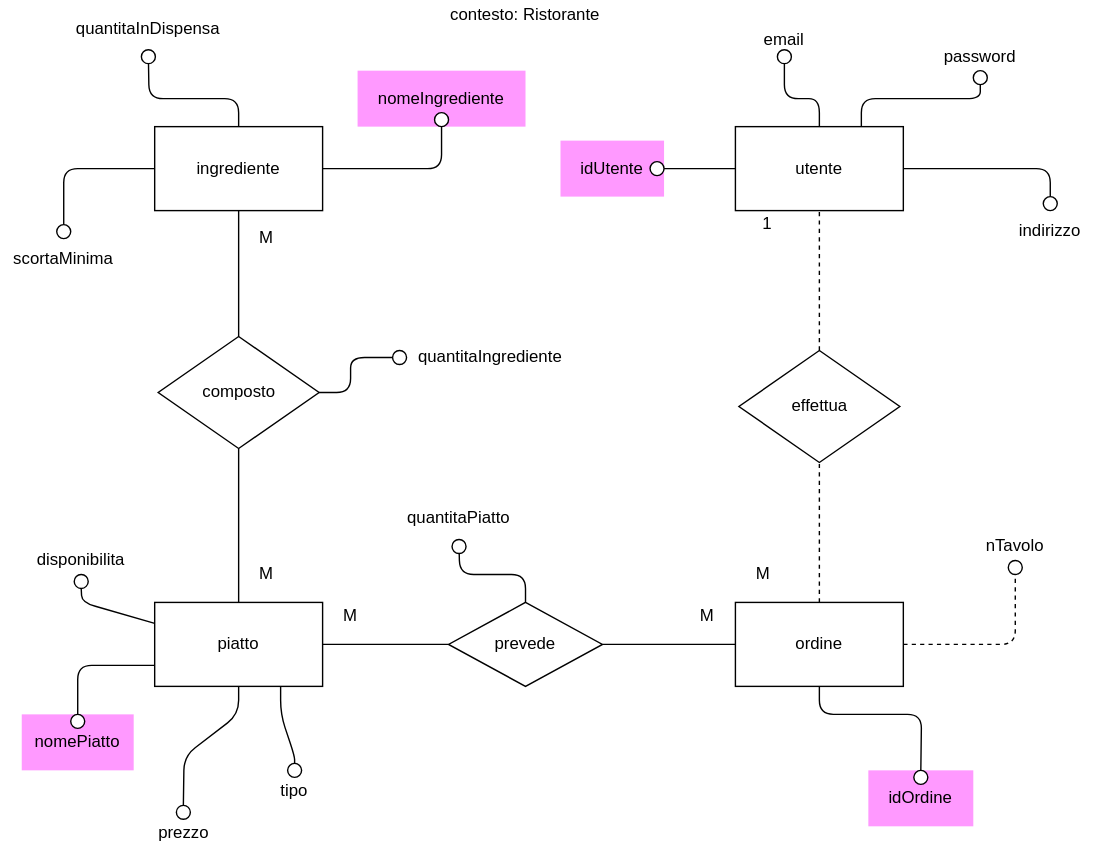
Before: E-R_diagram.svg, a diagram exported from draw.io (Santeenee/ExamProject). Source tidied: cells renumbered, new cells last; positions are measured from the earlier drawing's top-left corner, leaving out a move shared by most shapes.
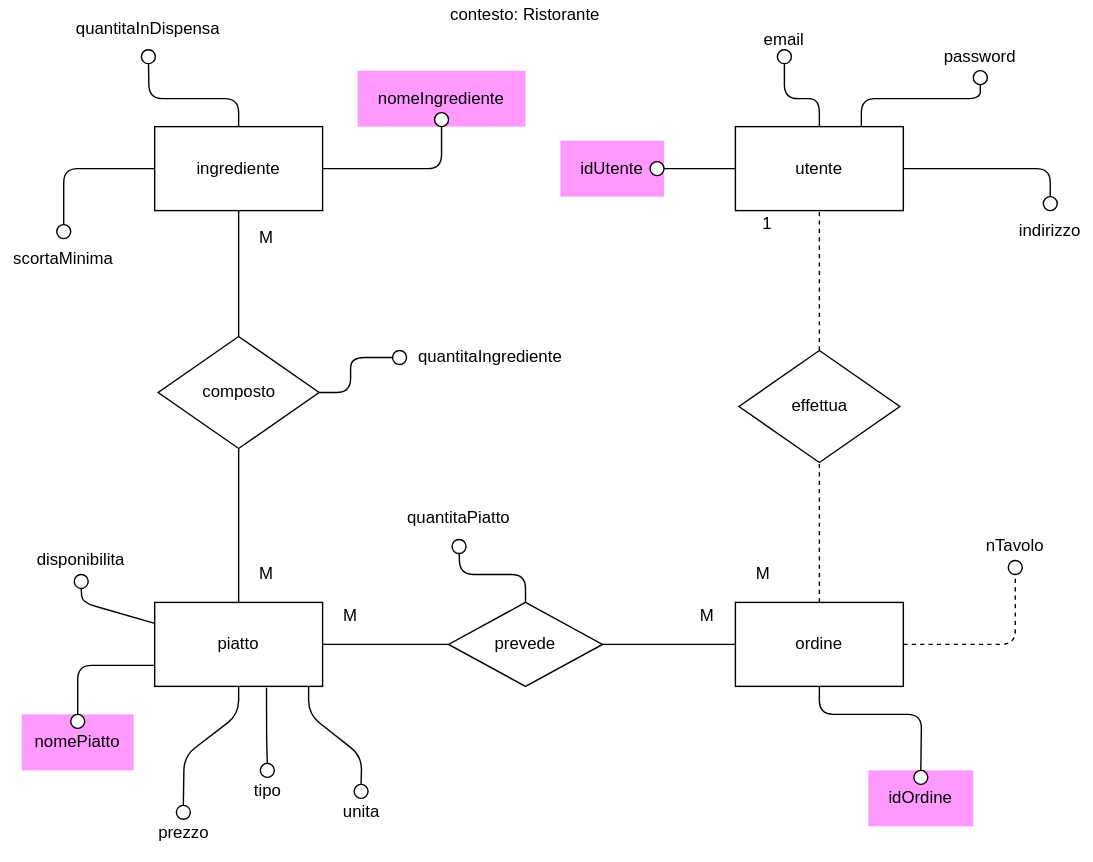
After the change.

Change to the diagram source:
```diff
@@ -235,16 +235,15 @@
       <mxGeometry x="464" y="115" width="10" height="10" as="geometry" />
     </mxCell>
     <mxCell id="61" value="tipo" style="text;html=1;strokeColor=none;fillColor=none;align=center;verticalAlign=middle;whiteSpace=wrap;rounded=0;" parent="1" vertex="1">
-      <mxGeometry x="180" y="545" width="60" height="40" as="geometry" />
+      <mxGeometry x="160.5" y="545" width="60" height="40" as="geometry" />
     </mxCell>
     <mxCell id="62" style="ellipse;whiteSpace=wrap;html=1;fillColor=#FFFFFF;" parent="1" vertex="1">
-      <mxGeometry x="205" y="545" width="10" height="10" as="geometry" />
+      <mxGeometry x="185.5" y="545" width="10" height="10" as="geometry" />
     </mxCell>
-    <mxCell id="63" style="endArrow=none;html=1;exitX=0.75;exitY=1;exitDx=0;exitDy=0;entryX=0.5;entryY=0;entryDx=0;entryDy=0;" parent="1" edge="1" source="3" target="61">
+    <mxCell id="63" style="endArrow=none;html=1;exitX=0.666;exitY=1.015;exitDx=0;exitDy=0;entryX=0.5;entryY=0;entryDx=0;entryDy=0;exitPerimeter=0;" parent="1" edge="1" source="3" target="61">
       <mxGeometry relative="1" as="geometry">
         <Array as="points">
-          <mxPoint x="200" y="510" />
-          <mxPoint x="210" y="540" />
+          <mxPoint x="190" y="530" />
         </Array>
       </mxGeometry>
     </mxCell>
@@ -261,5 +260,20 @@
         </Array>
       </mxGeometry>
     </mxCell>
+    <mxCell id="67" value="unita" style="text;html=1;strokeColor=none;fillColor=none;align=center;verticalAlign=middle;whiteSpace=wrap;rounded=0;" parent="1" vertex="1">
+      <mxGeometry x="227.5" y="560" width="60" height="40" as="geometry" />
+    </mxCell>
+    <mxCell id="68" style="ellipse;whiteSpace=wrap;html=1;fillColor=#FFFFFF;" parent="1" vertex="1">
+      <mxGeometry x="252.5" y="560" width="10" height="10" as="geometry" />
+    </mxCell>
+    <mxCell id="69" style="endArrow=none;html=1;entryX=0.5;entryY=0;entryDx=0;entryDy=0;" parent="1" edge="1" target="67">
+      <mxGeometry relative="1" as="geometry">
+        <mxPoint x="220" y="490" as="sourcePoint" />
+        <Array as="points">
+          <mxPoint x="220" y="510" />
+          <mxPoint x="258" y="540" />
+        </Array>
+      </mxGeometry>
+    </mxCell>
   </root>
 </mxGraphModel>
```
